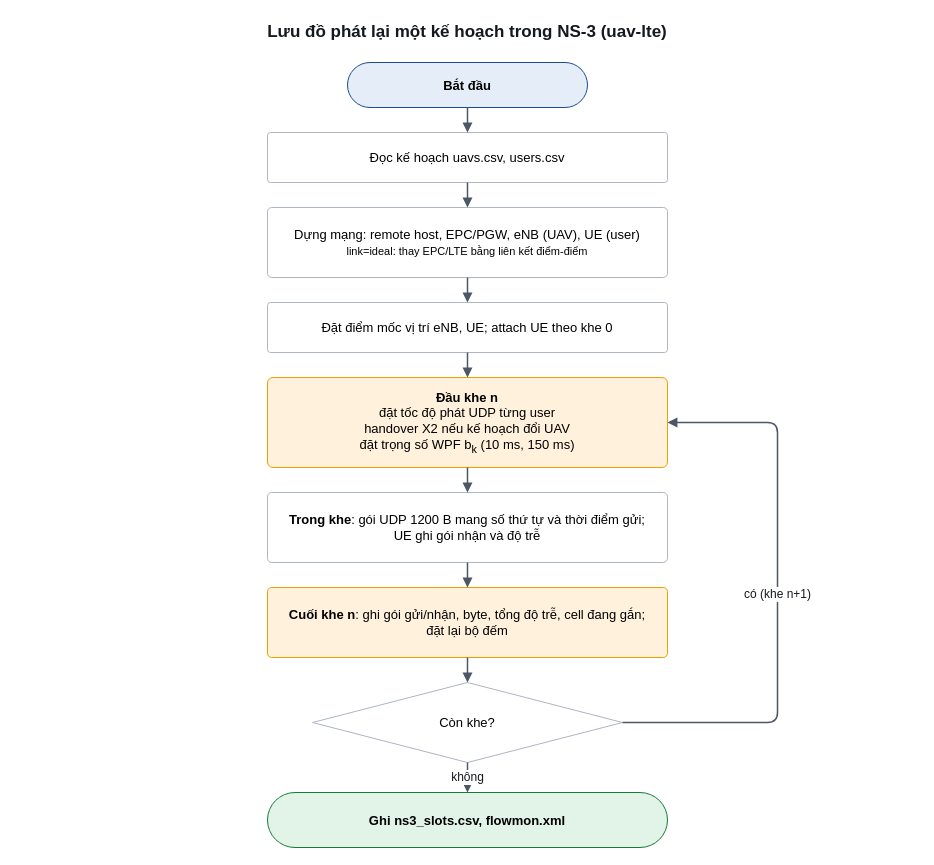
The draw.io diagram docs/figures/phat_lai_ns3.drawio in vietdai-bk/N44_2026_LTM_038_056, before the edit. Source tidied: cells renumbered, new cells numbered last; positions are measured from the earlier drawing's top-left corner, leaving out a move shared by most shapes. Both pictures are drawn from the tidied source at 100%, with x=0, y=0 at pixel (17, 17).
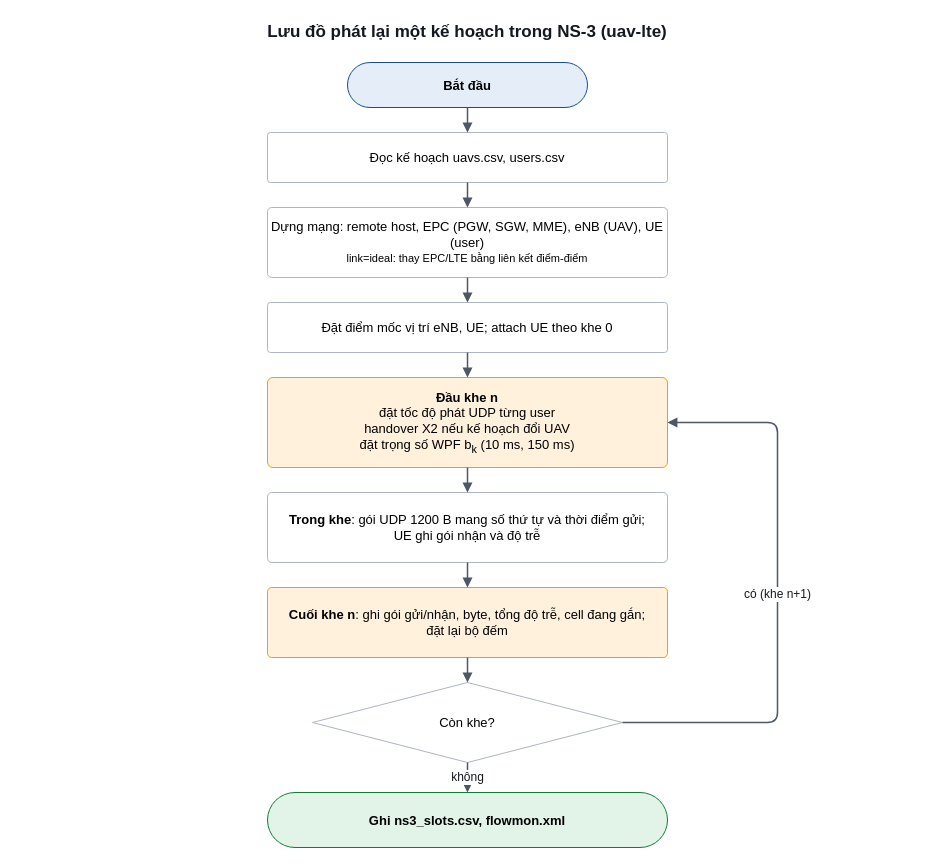
The same page after the edit.

Change to the diagram source:
```diff
@@
-    <mxCell id="5" value="Dựng mạng: remote host, EPC/PGW, eNB (UAV), UE (user)&lt;br&gt;&lt;font style='font-size:11px'&gt;link=ideal: thay EPC/LTE bằng liên kết điểm-điểm&lt;/font&gt;" style="rounded=1;arcSize=6;whiteSpace=wrap;html=1;fillColor=#ffffff;strokeColor=#aeb6c2;fontFamily=Helvetica;fontSize=13;" parent="1" vertex="1">
+    <mxCell id="5" value="Dựng mạng: remote host, EPC (PGW, SGW, MME), eNB (UAV), UE (user)&lt;br&gt;&lt;font style='font-size:11px'&gt;link=ideal: thay EPC/LTE bằng liên kết điểm-điểm&lt;/font&gt;" style="rounded=1;arcSize=6;whiteSpace=wrap;html=1;fillColor=#ffffff;strokeColor=#aeb6c2;fontFamily=Helvetica;fontSize=13;" parent="1" vertex="1">
       <mxGeometry x="250" y="190" width="400" height="70" as="geometry" />
     </mxCell>
```
